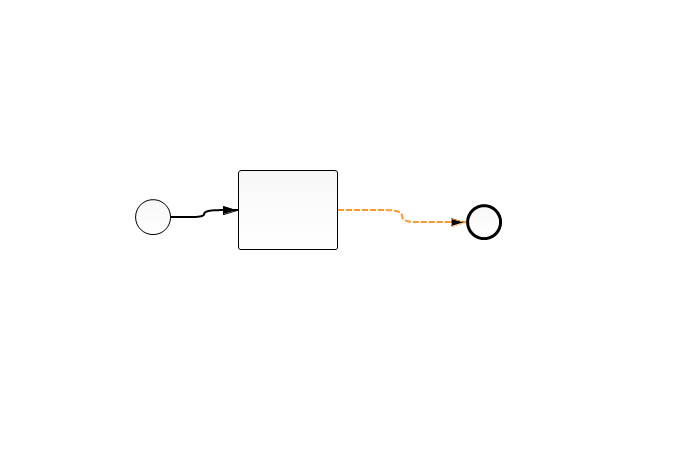
Earlier version of the BPMN export src/main/resources/prepare_list.png (SandraLe/WEPLACM). Its source is kept beside it as src/main/resources/prepare_list.bpmn. Ids are renumbered. Its diagram source:
```xml
<bpmn2:definitions xmlns:xsi="http://www.w3.org/2001/XMLSchema-instance" xmlns:bpmn2="http://www.omg.org/spec/BPMN/20100524/MODEL" xmlns:bpmndi="http://www.omg.org/spec/BPMN/20100524/DI" xmlns:dc="http://www.omg.org/spec/DD/20100524/DC" xmlns:di="http://www.omg.org/spec/DD/20100524/DI" xsi:schemaLocation="http://www.omg.org/spec/BPMN/20100524/MODEL BPMN20.xsd" id="_vGd_sAk-EeWftNyabiApZA" exporter="camunda modeler" exporterVersion="2.7.0" targetNamespace="http://activiti.org/bpmn">
  <bpmn2:process id="prepare_list" isExecutable="true">
    <bpmn2:startEvent id="StartEvent_1">
      <bpmn2:outgoing>SequenceFlow_1</bpmn2:outgoing>
    </bpmn2:startEvent>
    <bpmn2:task id="Task_1" name="Task2">
      <bpmn2:incoming>SequenceFlow_1</bpmn2:incoming>
      <bpmn2:outgoing>SequenceFlow_2</bpmn2:outgoing>
    </bpmn2:task>
    <bpmn2:endEvent id="EndEvent_1">
      <bpmn2:incoming>SequenceFlow_2</bpmn2:incoming>
    </bpmn2:endEvent>
    <bpmn2:sequenceFlow id="SequenceFlow_1" name="" sourceRef="StartEvent_1" targetRef="Task_1"/>
    <bpmn2:sequenceFlow id="SequenceFlow_2" name="" sourceRef="Task_1" targetRef="EndEvent_1"/>
  </bpmn2:process>
  <bpmndi:BPMNDiagram id="BPMNDiagram_1">
    <bpmndi:BPMNPlane id="BPMNPlane_1" bpmnElement="Process_1">
      <bpmndi:BPMNShape id="_BPMNShape_StartEvent_7" bpmnElement="StartEvent_1">
        <dc:Bounds height="36.0" width="36.0" x="135.0" y="199.0"/>
      </bpmndi:BPMNShape>
      <bpmndi:BPMNShape id="_BPMNShape_Task_3" bpmnElement="Task_1">
        <dc:Bounds height="80.0" width="100.0" x="238.0" y="170.0"/>
      </bpmndi:BPMNShape>
      <bpmndi:BPMNShape id="_BPMNShape_EndEvent_6" bpmnElement="EndEvent_1">
        <dc:Bounds height="36.0" width="36.0" x="466.0" y="204.0"/>
      </bpmndi:BPMNShape>
      <bpmndi:BPMNEdge id="BPMNEdge_SequenceFlow_1" bpmnElement="SequenceFlow_1" sourceElement="_BPMNShape_StartEvent_7" targetElement="_BPMNShape_Task_3">
        <di:waypoint xsi:type="dc:Point" x="171.0" y="217.0"/>
        <di:waypoint xsi:type="dc:Point" x="204.0" y="217.0"/>
        <di:waypoint xsi:type="dc:Point" x="204.0" y="210.0"/>
        <di:waypoint xsi:type="dc:Point" x="238.0" y="210.0"/>
      </bpmndi:BPMNEdge>
      <bpmndi:BPMNEdge id="BPMNEdge_SequenceFlow_2" bpmnElement="SequenceFlow_2" sourceElement="_BPMNShape_Task_3" targetElement="_BPMNShape_EndEvent_6">
        <di:waypoint xsi:type="dc:Point" x="338.0" y="210.0"/>
        <di:waypoint xsi:type="dc:Point" x="402.0" y="210.0"/>
        <di:waypoint xsi:type="dc:Point" x="402.0" y="222.0"/>
        <di:waypoint xsi:type="dc:Point" x="466.0" y="222.0"/>
      </bpmndi:BPMNEdge>
    </bpmndi:BPMNPlane>
  </bpmndi:BPMNDiagram>
</bpmn2:definitions>
```
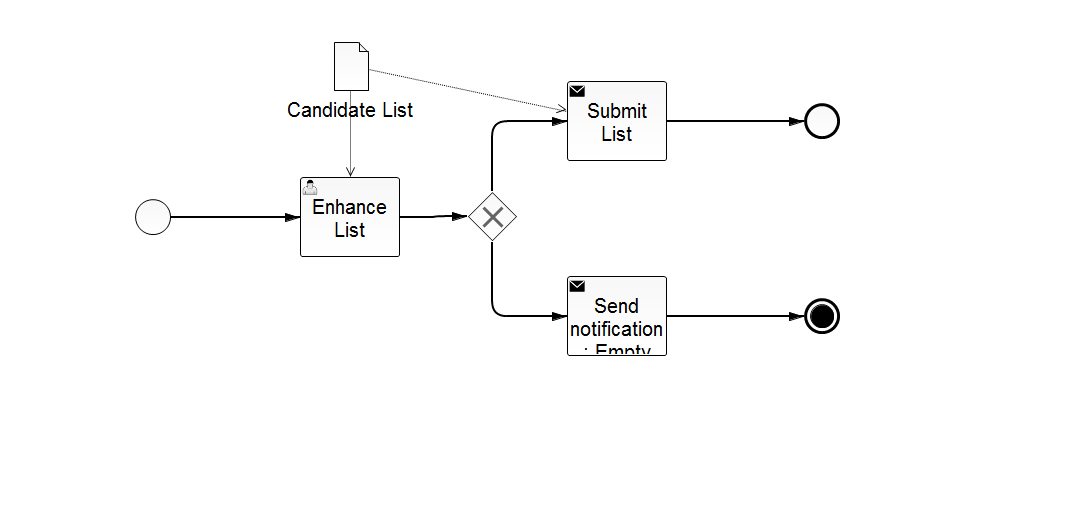
The same diagram one commit later.

Commit message:
prepare_list

Change to the diagram source:
```diff
@@ -3,38 +3,124 @@
     <bpmn2:startEvent id="StartEvent_1">
       <bpmn2:outgoing>SequenceFlow_1</bpmn2:outgoing>
     </bpmn2:startEvent>
-    <bpmn2:task id="Task_1" name="Task2">
+    <bpmn2:sequenceFlow id="SequenceFlow_1" name="" sourceRef="StartEvent_1" targetRef="EnhanceList"/>
+    <bpmn2:userTask id="EnhanceList" name="Enhance List">
       <bpmn2:incoming>SequenceFlow_1</bpmn2:incoming>
-      <bpmn2:outgoing>SequenceFlow_2</bpmn2:outgoing>
-    </bpmn2:task>
+      <bpmn2:outgoing>SequenceFlow_3</bpmn2:outgoing>
+      <bpmn2:dataInputAssociation id="DataInputAssociation_1">
+        <bpmn2:sourceRef>CandidateList</bpmn2:sourceRef>
+      </bpmn2:dataInputAssociation>
+    </bpmn2:userTask>
+    <bpmn2:sequenceFlow id="SequenceFlow_3" name="" sourceRef="EnhanceList" targetRef="ExclusiveGateway_1"/>
+    <bpmn2:exclusiveGateway id="ExclusiveGateway_1">
+      <bpmn2:incoming>SequenceFlow_3</bpmn2:incoming>
+      <bpmn2:outgoing>SequenceFlow_4</bpmn2:outgoing>
+      <bpmn2:outgoing>SequenceFlow_5</bpmn2:outgoing>
+    </bpmn2:exclusiveGateway>
+    <bpmn2:sequenceFlow id="SequenceFlow_4" name="" sourceRef="ExclusiveGateway_1" targetRef="SubmitList"/>
+    <bpmn2:sendTask id="EmptyList" name="Send notification: Empty List">
+      <bpmn2:incoming>SequenceFlow_5</bpmn2:incoming>
+      <bpmn2:outgoing>SequenceFlow_7</bpmn2:outgoing>
+    </bpmn2:sendTask>
+    <bpmn2:sequenceFlow id="SequenceFlow_5" name="" sourceRef="ExclusiveGateway_1" targetRef="EmptyList"/>
+    <bpmn2:sendTask id="SubmitList" name="Submit List">
+      <bpmn2:incoming>SequenceFlow_4</bpmn2:incoming>
+      <bpmn2:outgoing>SequenceFlow_6</bpmn2:outgoing>
+      <bpmn2:dataInputAssociation id="DataInputAssociation_2">
+        <bpmn2:sourceRef>CandidateList</bpmn2:sourceRef>
+      </bpmn2:dataInputAssociation>
+    </bpmn2:sendTask>
     <bpmn2:endEvent id="EndEvent_1">
-      <bpmn2:incoming>SequenceFlow_2</bpmn2:incoming>
+      <bpmn2:incoming>SequenceFlow_6</bpmn2:incoming>
     </bpmn2:endEvent>
-    <bpmn2:sequenceFlow id="SequenceFlow_1" name="" sourceRef="StartEvent_1" targetRef="Task_1"/>
-    <bpmn2:sequenceFlow id="SequenceFlow_2" name="" sourceRef="Task_1" targetRef="EndEvent_1"/>
+    <bpmn2:sequenceFlow id="SequenceFlow_6" name="" sourceRef="SubmitList" targetRef="EndEvent_1"/>
+    <bpmn2:endEvent id="EndEvent_2">
+      <bpmn2:incoming>SequenceFlow_7</bpmn2:incoming>
+      <bpmn2:terminateEventDefinition id="TerminateEventDefinition_1"/>
+    </bpmn2:endEvent>
+    <bpmn2:sequenceFlow id="SequenceFlow_7" name="" sourceRef="EmptyList" targetRef="EndEvent_2"/>
+    <bpmn2:dataObject id="DataObject_1" name="Candidate List"/>
+    <bpmn2:dataObjectReference id="CandidateList" name="Candidate List" dataObjectRef="DataObject_1"/>
   </bpmn2:process>
   <bpmndi:BPMNDiagram id="BPMNDiagram_1">
     <bpmndi:BPMNPlane id="BPMNPlane_1" bpmnElement="Process_1">
       <bpmndi:BPMNShape id="_BPMNShape_StartEvent_7" bpmnElement="StartEvent_1">
         <dc:Bounds height="36.0" width="36.0" x="135.0" y="199.0"/>
       </bpmndi:BPMNShape>
-      <bpmndi:BPMNShape id="_BPMNShape_Task_3" bpmnElement="Task_1">
-        <dc:Bounds height="80.0" width="100.0" x="238.0" y="170.0"/>
+      <bpmndi:BPMNShape id="_BPMNShape_Task_3" bpmnElement="EnhanceList">
+        <dc:Bounds height="80.0" width="100.0" x="300.0" y="177.0"/>
       </bpmndi:BPMNShape>
       <bpmndi:BPMNShape id="_BPMNShape_EndEvent_6" bpmnElement="EndEvent_1">
-        <dc:Bounds height="36.0" width="36.0" x="466.0" y="204.0"/>
+        <dc:Bounds height="36.0" width="36.0" x="804.0" y="103.0"/>
+        <bpmndi:BPMNLabel>
+          <dc:Bounds height="0.0" width="0.0" x="822.0" y="144.0"/>
+        </bpmndi:BPMNLabel>
       </bpmndi:BPMNShape>
       <bpmndi:BPMNEdge id="BPMNEdge_SequenceFlow_1" bpmnElement="SequenceFlow_1" sourceElement="_BPMNShape_StartEvent_7" targetElement="_BPMNShape_Task_3">
         <di:waypoint xsi:type="dc:Point" x="171.0" y="217.0"/>
-        <di:waypoint xsi:type="dc:Point" x="204.0" y="217.0"/>
-        <di:waypoint xsi:type="dc:Point" x="204.0" y="210.0"/>
-        <di:waypoint xsi:type="dc:Point" x="238.0" y="210.0"/>
+        <di:waypoint xsi:type="dc:Point" x="300.0" y="217.0"/>
+        <bpmndi:BPMNLabel>
+          <dc:Bounds height="6.0" width="6.0" x="205.0" y="217.0"/>
+        </bpmndi:BPMNLabel>
       </bpmndi:BPMNEdge>
-      <bpmndi:BPMNEdge id="BPMNEdge_SequenceFlow_2" bpmnElement="SequenceFlow_2" sourceElement="_BPMNShape_Task_3" targetElement="_BPMNShape_EndEvent_6">
-        <di:waypoint xsi:type="dc:Point" x="338.0" y="210.0"/>
-        <di:waypoint xsi:type="dc:Point" x="402.0" y="210.0"/>
-        <di:waypoint xsi:type="dc:Point" x="402.0" y="222.0"/>
-        <di:waypoint xsi:type="dc:Point" x="466.0" y="222.0"/>
+      <bpmndi:BPMNShape id="_BPMNShape_ExclusiveGateway_4" bpmnElement="ExclusiveGateway_1" isMarkerVisible="true">
+        <dc:Bounds height="50.0" width="50.0" x="467.0" y="191.0"/>
+        <bpmndi:BPMNLabel>
+          <dc:Bounds height="0.0" width="0.0" x="492.0" y="246.0"/>
+        </bpmndi:BPMNLabel>
+      </bpmndi:BPMNShape>
+      <bpmndi:BPMNEdge id="BPMNEdge_SequenceFlow_3" bpmnElement="SequenceFlow_3" sourceElement="_BPMNShape_Task_3" targetElement="_BPMNShape_ExclusiveGateway_4">
+        <di:waypoint xsi:type="dc:Point" x="400.0" y="217.0"/>
+        <di:waypoint xsi:type="dc:Point" x="433.0" y="217.0"/>
+        <di:waypoint xsi:type="dc:Point" x="433.0" y="216.0"/>
+        <di:waypoint xsi:type="dc:Point" x="467.0" y="216.0"/>
+        <bpmndi:BPMNLabel>
+          <dc:Bounds height="6.0" width="6.0" x="432.0" y="216.0"/>
+        </bpmndi:BPMNLabel>
+      </bpmndi:BPMNEdge>
+      <bpmndi:BPMNShape id="_BPMNShape_SendTask_4" bpmnElement="SubmitList">
+        <dc:Bounds height="80.0" width="100.0" x="567.0" y="81.0"/>
+      </bpmndi:BPMNShape>
+      <bpmndi:BPMNEdge id="BPMNEdge_SequenceFlow_4" bpmnElement="SequenceFlow_4" sourceElement="_BPMNShape_ExclusiveGateway_4" targetElement="_BPMNShape_SendTask_4">
+        <di:waypoint xsi:type="dc:Point" x="492.0" y="191.0"/>
+        <di:waypoint xsi:type="dc:Point" x="492.0" y="121.0"/>
+        <di:waypoint xsi:type="dc:Point" x="567.0" y="121.0"/>
+        <bpmndi:BPMNLabel>
+          <dc:Bounds height="6.0" width="6.0" x="489.0" y="166.0"/>
+        </bpmndi:BPMNLabel>
+      </bpmndi:BPMNEdge>
+      <bpmndi:BPMNShape id="_BPMNShape_SendTask_5" bpmnElement="EmptyList">
+        <dc:Bounds height="80.0" width="100.0" x="567.0" y="276.0"/>
+      </bpmndi:BPMNShape>
+      <bpmndi:BPMNEdge id="BPMNEdge_SequenceFlow_5" bpmnElement="SequenceFlow_5" sourceElement="_BPMNShape_ExclusiveGateway_4" targetElement="_BPMNShape_SendTask_5">
+        <di:waypoint xsi:type="dc:Point" x="492.0" y="241.0"/>
+        <di:waypoint xsi:type="dc:Point" x="492.0" y="316.0"/>
+        <di:waypoint xsi:type="dc:Point" x="567.0" y="316.0"/>
+      </bpmndi:BPMNEdge>
+      <bpmndi:BPMNEdge id="BPMNEdge_SequenceFlow_6" bpmnElement="SequenceFlow_6" sourceElement="_BPMNShape_SendTask_4" targetElement="_BPMNShape_EndEvent_6">
+        <di:waypoint xsi:type="dc:Point" x="667.0" y="121.0"/>
+        <di:waypoint xsi:type="dc:Point" x="804.0" y="121.0"/>
+      </bpmndi:BPMNEdge>
+      <bpmndi:BPMNShape id="_BPMNShape_EndEvent_15" bpmnElement="EndEvent_2">
+        <dc:Bounds height="36.0" width="36.0" x="804.0" y="298.0"/>
+        <bpmndi:BPMNLabel>
+          <dc:Bounds height="0.0" width="0.0" x="822.0" y="339.0"/>
+        </bpmndi:BPMNLabel>
+      </bpmndi:BPMNShape>
+      <bpmndi:BPMNEdge id="BPMNEdge_SequenceFlow_7" bpmnElement="SequenceFlow_7" sourceElement="_BPMNShape_SendTask_5" targetElement="_BPMNShape_EndEvent_15">
+        <di:waypoint xsi:type="dc:Point" x="667.0" y="316.0"/>
+        <di:waypoint xsi:type="dc:Point" x="804.0" y="316.0"/>
+      </bpmndi:BPMNEdge>
+      <bpmndi:BPMNShape id="_BPMNShape_DataObjectReference_3" bpmnElement="CandidateList">
+        <dc:Bounds height="50.0" width="36.0" x="333.0" y="41.0"/>
+      </bpmndi:BPMNShape>
+      <bpmndi:BPMNEdge id="BPMNEdge_DataInputAssociation_1" bpmnElement="DataInputAssociation_1" sourceElement="_BPMNShape_DataObjectReference_3" targetElement="_BPMNShape_Task_3">
+        <di:waypoint xsi:type="dc:Point" x="351.0" y="91.0"/>
+        <di:waypoint xsi:type="dc:Point" x="350.0" y="177.0"/>
+      </bpmndi:BPMNEdge>
+      <bpmndi:BPMNEdge id="BPMNEdge_DataInputAssociation_2" bpmnElement="DataInputAssociation_2" sourceElement="_BPMNShape_DataObjectReference_3" targetElement="_BPMNShape_SendTask_4">
+        <di:waypoint xsi:type="dc:Point" x="369.0" y="70.0"/>
+        <di:waypoint xsi:type="dc:Point" x="567.0" y="111.0"/>
       </bpmndi:BPMNEdge>
     </bpmndi:BPMNPlane>
   </bpmndi:BPMNDiagram>
```
